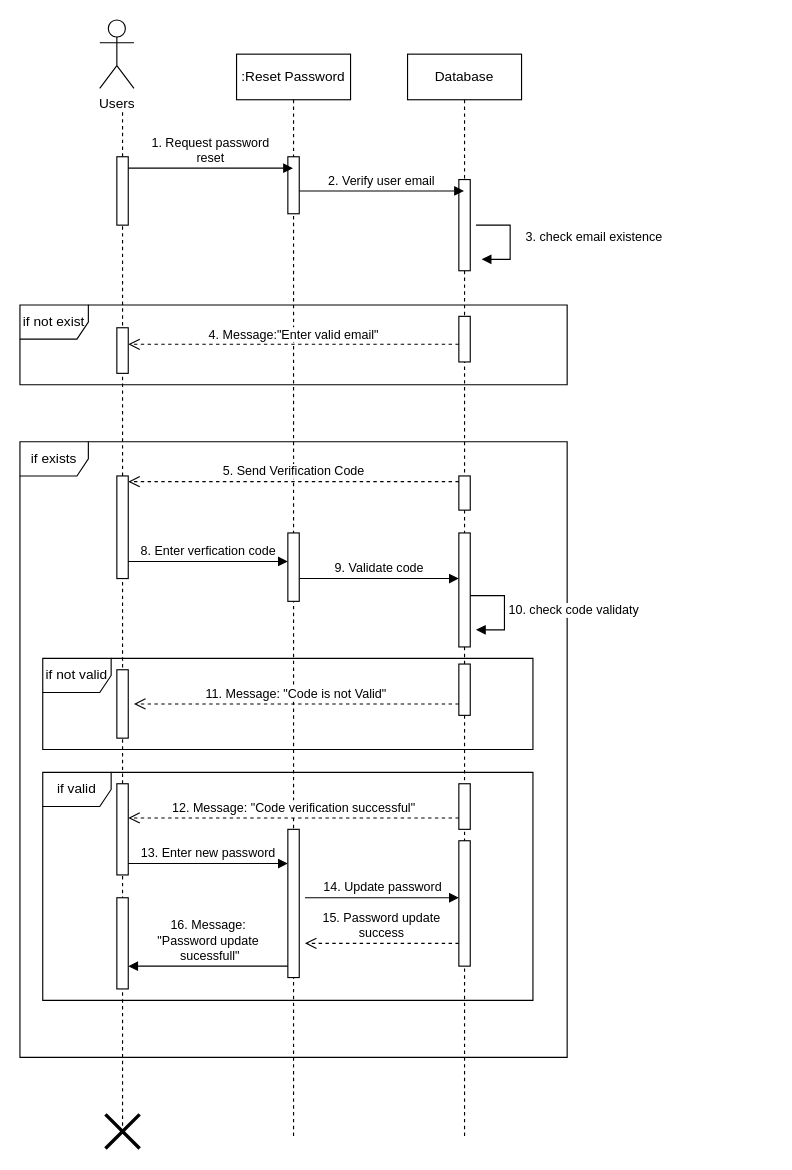
Above: page "Reset Password" (4 of 15) of Sequence Diagram.drawio in shamim36/Final-Defence-Diagram (draw.io), before the change. Source tidied: cells renumbered, new cells numbered last; positions are measured from the earlier drawing's top-left corner, leaving out a move shared by most shapes. Both pictures are drawn from the tidied source at 114%, with x=0, y=0 at pixel (19, 19).
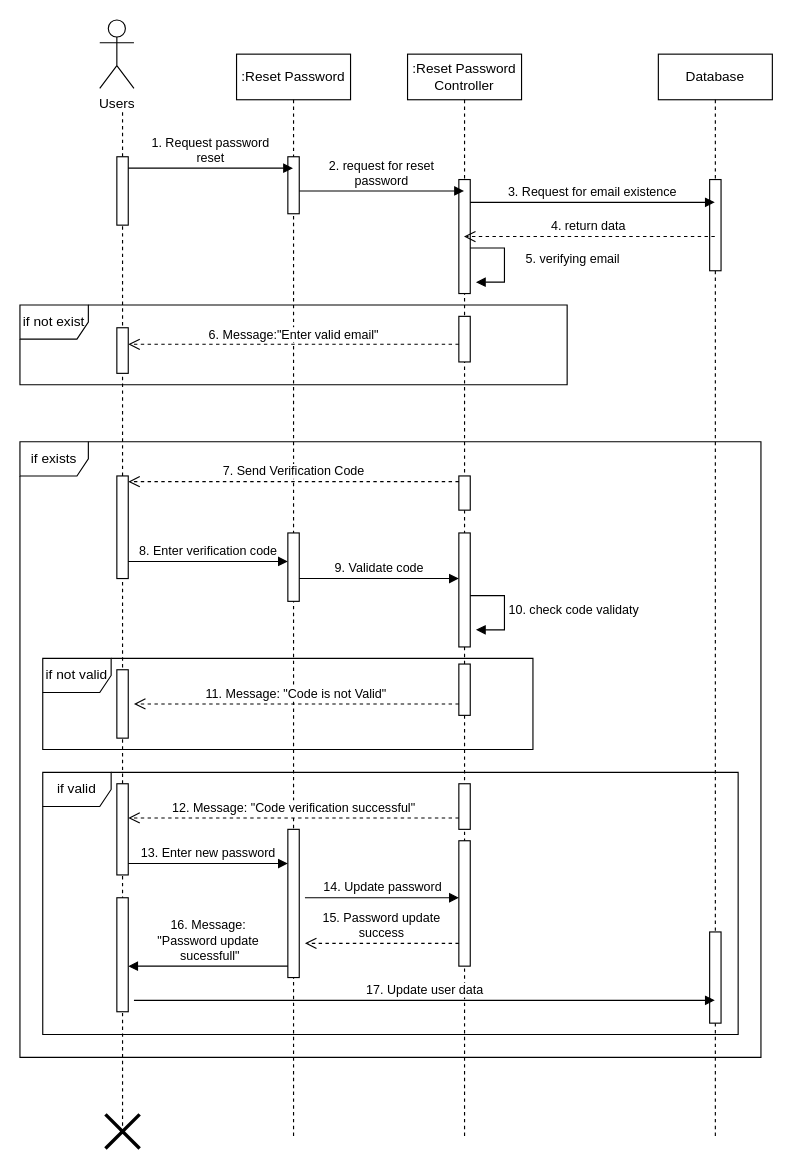
Above is the later version.

Unchanged cells that the change refers to:
```xml
<mxCell id="16" style="html=1;points=[[0,0,0,0,5],[0,1,0,0,-5],[1,0,0,0,5],[1,1,0,0,-5]];perimeter=orthogonalPerimeter;outlineConnect=0;targetShapes=umlLifeline;portConstraint=eastwest;newEdgeStyle={&quot;curved&quot;:0,&quot;rounded&quot;:0};" parent="1" vertex="1">
  <mxGeometry x="85" y="270" width="10" height="40" as="geometry" />
</mxCell>
<mxCell id="18" style="html=1;points=[[0,0,0,0,5],[0,1,0,0,-5],[1,0,0,0,5],[1,1,0,0,-5]];perimeter=orthogonalPerimeter;outlineConnect=0;targetShapes=umlLifeline;portConstraint=eastwest;newEdgeStyle={&quot;curved&quot;:0,&quot;rounded&quot;:0};" parent="1" vertex="1">
  <mxGeometry x="385" y="400" width="10" height="30" as="geometry" />
</mxCell>
<mxCell id="20" style="html=1;points=[[0,0,0,0,5],[0,1,0,0,-5],[1,0,0,0,5],[1,1,0,0,-5]];perimeter=orthogonalPerimeter;outlineConnect=0;targetShapes=umlLifeline;portConstraint=eastwest;newEdgeStyle={&quot;curved&quot;:0,&quot;rounded&quot;:0};" parent="1" vertex="1">
  <mxGeometry x="85" y="400" width="10" height="90" as="geometry" />
</mxCell>
<mxCell id="22" style="html=1;points=[[0,0,0,0,5],[0,1,0,0,-5],[1,0,0,0,5],[1,1,0,0,-5]];perimeter=orthogonalPerimeter;outlineConnect=0;targetShapes=umlLifeline;portConstraint=eastwest;newEdgeStyle={&quot;curved&quot;:0,&quot;rounded&quot;:0};" parent="1" vertex="1">
  <mxGeometry x="235" y="450" width="10" height="60" as="geometry" />
</mxCell>
```

The edit, as a diff of the source:
```diff
@@
-    <mxCell id="4" value="Database" style="shape=umlLifeline;perimeter=lifelinePerimeter;whiteSpace=wrap;html=1;outlineConnect=0;portConstraint=eastwest;newEdgeStyle={&quot;edgeStyle&quot;:&quot;elbowEdgeStyle&quot;,&quot;elbow&quot;:&quot;vertical&quot;,&quot;curved&quot;:0,&quot;rounded&quot;:0};" parent="1" vertex="1">
+    <mxCell id="4" value=":Reset Password&lt;div&gt;Controller&lt;/div&gt;" style="shape=umlLifeline;perimeter=lifelinePerimeter;whiteSpace=wrap;html=1;outlineConnect=0;portConstraint=eastwest;newEdgeStyle={&quot;edgeStyle&quot;:&quot;elbowEdgeStyle&quot;,&quot;elbow&quot;:&quot;vertical&quot;,&quot;curved&quot;:0,&quot;rounded&quot;:0};" parent="1" vertex="1">
       <mxGeometry x="340" y="30" width="100" height="950" as="geometry" />
     </mxCell>
     <mxCell id="5" style="html=1;perimeter=orthogonalPerimeter;targetShapes=umlLifeline;newEdgeStyle={&quot;edgeStyle&quot;:&quot;elbowEdgeStyle&quot;,&quot;elbow&quot;:&quot;vertical&quot;,&quot;curved&quot;:0,&quot;rounded&quot;:0};" parent="4" vertex="1">
-      <mxGeometry x="45" y="110" width="10" height="80" as="geometry" />
+      <mxGeometry x="45" y="110" width="10" height="100" as="geometry" />
     </mxCell>
@@
-    <mxCell id="11" value="2. Verify user email" style="html=1;verticalAlign=bottom;endArrow=block;curved=0;rounded=0;" parent="1" edge="1">
+    <mxCell id="11" value="2. request for reset&lt;div&gt;password&lt;/div&gt;" style="html=1;verticalAlign=bottom;endArrow=block;curved=0;rounded=0;" parent="1" edge="1">
       <mxGeometry relative="1" as="geometry">
         <mxPoint x="245" y="150" as="sourcePoint" />
         <mxPoint x="389.5" y="150" as="targetPoint" />
       </mxGeometry>
     </mxCell>
-    <mxCell id="12" value="3. check email existence" style="html=1;align=left;spacingLeft=2;endArrow=block;rounded=0;edgeStyle=orthogonalEdgeStyle;curved=0;rounded=0;" parent="1" edge="1">
-      <mxGeometry x="-0.06" y="10" relative="1" as="geometry">
-        <mxPoint x="400" y="180" as="sourcePoint" />
-        <mxPoint x="405" y="210" as="targetPoint" />
+    <mxCell id="12" value="5. verifying email" style="html=1;align=left;spacingLeft=2;endArrow=block;rounded=0;edgeStyle=orthogonalEdgeStyle;curved=0;rounded=0;" parent="1" edge="1">
+      <mxGeometry x="-0.06" y="15" relative="1" as="geometry">
+        <mxPoint x="395" y="200" as="sourcePoint" />
+        <mxPoint x="400" y="230" as="targetPoint" />
         <Array as="points">
-          <mxPoint x="430" y="210" />
+          <mxPoint x="425" y="230" />
         </Array>
       </mxGeometry>
     </mxCell>
@@
-    <mxCell id="15" value="4. Message:&quot;Enter valid email&quot;" style="html=1;verticalAlign=bottom;endArrow=open;dashed=1;endSize=8;curved=0;rounded=0;" parent="1" edge="1" target="16">
+    <mxCell id="15" value="6. Message:&quot;Enter valid email&quot;" style="html=1;verticalAlign=bottom;endArrow=open;dashed=1;endSize=8;curved=0;rounded=0;" parent="1" edge="1" target="16">
       <mxGeometry relative="1" as="geometry">
         <mxPoint x="385" y="284.5" as="sourcePoint" />
       </mxGeometry>
     </mxCell>
@@
     <mxCell id="17" value="if exists" style="shape=umlFrame;whiteSpace=wrap;html=1;" parent="1" vertex="1">
-      <mxGeometry y="370" width="480" height="540" as="geometry" />
+      <mxGeometry y="370" width="650" height="540" as="geometry" />
     </mxCell>
@@
-    <mxCell id="19" value="5. Send Verification Code" style="html=1;verticalAlign=bottom;endArrow=open;dashed=1;endSize=8;curved=0;rounded=0;entryX=1;entryY=0;entryDx=0;entryDy=5;entryPerimeter=0;" parent="1" edge="1" source="18" target="20">
+    <mxCell id="19" value="7. Send Verification Code" style="html=1;verticalAlign=bottom;endArrow=open;dashed=1;endSize=8;curved=0;rounded=0;entryX=1;entryY=0;entryDx=0;entryDy=5;entryPerimeter=0;" parent="1" edge="1" source="18" target="20">
       <mxGeometry relative="1" as="geometry" />
     </mxCell>
@@
-    <mxCell id="21" value="8. Enter verfication code" style="html=1;verticalAlign=bottom;endArrow=block;curved=0;rounded=0;" parent="1" edge="1" target="22">
+    <mxCell id="21" value="8. Enter verification code" style="html=1;verticalAlign=bottom;endArrow=block;curved=0;rounded=0;" parent="1" edge="1" target="22">
       <mxGeometry relative="1" as="geometry">
         <mxPoint x="95" y="475" as="sourcePoint" />
       </mxGeometry>
     </mxCell>
@@
     <mxCell id="29" value="if valid" style="shape=umlFrame;whiteSpace=wrap;html=1;" parent="1" vertex="1">
-      <mxGeometry x="20" y="660" width="430" height="200" as="geometry" />
+      <mxGeometry x="20" y="660" width="610" height="230" as="geometry" />
     </mxCell>
@@
     <mxCell id="38" style="html=1;perimeter=orthogonalPerimeter;targetShapes=umlLifeline;newEdgeStyle={&quot;curved&quot;:0,&quot;rounded&quot;:0};" parent="1" vertex="1">
-      <mxGeometry x="85" y="770" width="10" height="80" as="geometry" />
+      <mxGeometry x="85" y="770" width="10" height="100" as="geometry" />
     </mxCell>
@@
+    <mxCell id="42" value="Database" style="shape=umlLifeline;perimeter=lifelinePerimeter;whiteSpace=wrap;html=1;outlineConnect=0;portConstraint=eastwest;newEdgeStyle={&quot;edgeStyle&quot;:&quot;elbowEdgeStyle&quot;,&quot;elbow&quot;:&quot;vertical&quot;,&quot;curved&quot;:0,&quot;rounded&quot;:0};" parent="1" vertex="1">
+      <mxGeometry x="560" y="30" width="100" height="950" as="geometry" />
+    </mxCell>
+    <mxCell id="43" style="html=1;perimeter=orthogonalPerimeter;targetShapes=umlLifeline;newEdgeStyle={&quot;edgeStyle&quot;:&quot;elbowEdgeStyle&quot;,&quot;elbow&quot;:&quot;vertical&quot;,&quot;curved&quot;:0,&quot;rounded&quot;:0};" parent="42" vertex="1">
+      <mxGeometry x="45" y="110" width="10" height="80" as="geometry" />
+    </mxCell>
+    <mxCell id="44" style="html=1;perimeter=orthogonalPerimeter;targetShapes=umlLifeline;newEdgeStyle={&quot;curved&quot;:0,&quot;rounded&quot;:0};" parent="42" vertex="1">
+      <mxGeometry x="45" y="770" width="10" height="80" as="geometry" />
+    </mxCell>
+    <mxCell id="45" value="3. Request for email existence" style="html=1;verticalAlign=bottom;endArrow=block;curved=0;rounded=0;" parent="1" edge="1" target="42">
+      <mxGeometry relative="1" as="geometry">
+        <mxPoint x="395" y="160" as="sourcePoint" />
+      </mxGeometry>
+    </mxCell>
+    <mxCell id="46" value="4. return data&amp;nbsp;" style="html=1;verticalAlign=bottom;endArrow=open;dashed=1;endSize=8;curved=0;rounded=0;" parent="1" edge="1" source="42" target="4">
+      <mxGeometry relative="1" as="geometry">
+        <Array as="points">
+          <mxPoint x="510" y="190" />
+        </Array>
+      </mxGeometry>
+    </mxCell>
+    <mxCell id="47" value="17. Update user data" style="html=1;verticalAlign=bottom;endArrow=block;curved=0;rounded=0;" parent="1" edge="1" target="42">
+      <mxGeometry relative="1" as="geometry">
+        <mxPoint x="100" y="860" as="sourcePoint" />
+      </mxGeometry>
+    </mxCell>
```
